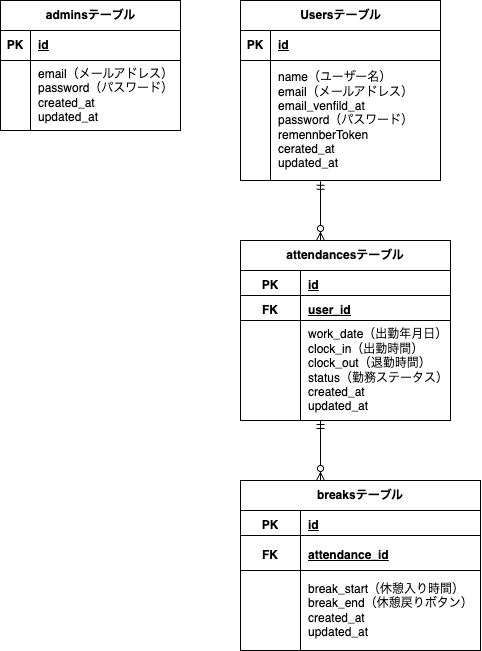
Earlier version of the draw.io export .drawio.png (hide32ma/attendance_management). Source tidied: cells renumbered, new cells last; positions are measured from the earlier drawing's top-left corner, leaving out a move shared by most shapes.
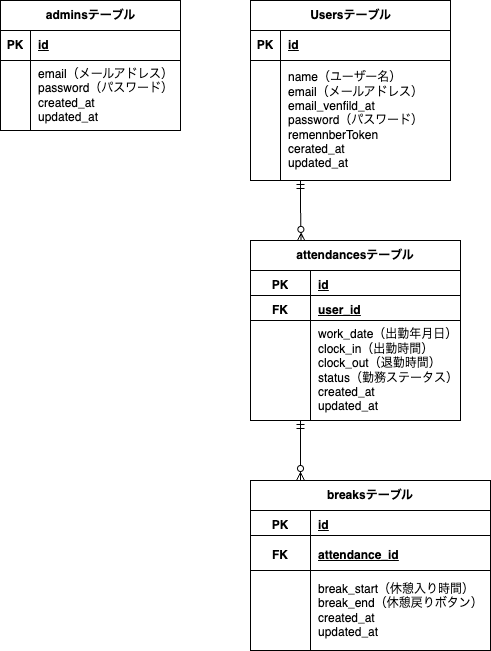
The same file after the commit.

Commit message:
現状のER図を書いてみた

Diff of the diagram source:
```diff
@@ -24,7 +24,7 @@
       <mxGeometry x="30" width="170" height="120" as="geometry" />
     </mxCell>
     <mxCell id="9" value="adminsテーブル" style="shape=table;startSize=30;rowLines=0;fontStyle=1;align=center;html=1;" parent="1" vertex="1">
-      <mxGeometry width="180" height="130" as="geometry" />
+      <mxGeometry x="-10" width="180" height="130" as="geometry" />
     </mxCell>
     <mxCell id="10" style="shape=tableRow;horizontal=0;startSize=0;swimlaneHead=0;swimlaneBody=0;fillColor=none;top=0;left=0;right=0;bottom=1;" parent="9" vertex="1">
       <mxGeometry y="30" width="180" height="30" as="geometry" />
@@ -44,9 +44,12 @@
     <mxCell id="15" value="email（メールアドレス）&lt;div&gt;password（パスワード）&lt;/div&gt;&lt;div&gt;created_at&lt;/div&gt;&lt;div&gt;updated_at&lt;/div&gt;" style="shape=partialRectangle;fillColor=none;top=0;left=0;bottom=0;right=0;align=left;spacingLeft=6;overflow=hidden;whiteSpace=wrap;html=1;" parent="13" vertex="1">
       <mxGeometry x="30" width="150" height="70" as="geometry" />
     </mxCell>
-    <mxCell id="16" style="fontSize=12;html=1;endArrow=ERzeroToMany;startArrow=ERmandOne;exitX=0.4;exitY=1.007;exitDx=0;exitDy=0;exitPerimeter=0;" parent="1" edge="1" source="6">
+    <mxCell id="16" style="fontSize=12;html=1;endArrow=ERzeroToMany;startArrow=ERmandOne;entryX=0.241;entryY=0.005;entryDx=0;entryDy=0;entryPerimeter=0;" parent="1" edge="1" target="17">
       <mxGeometry relative="1" as="geometry">
-        <mxPoint x="320" y="240" as="targetPoint" />
+        <mxPoint x="290" y="180" as="sourcePoint" />
+        <Array as="points">
+          <mxPoint x="290" y="209.6" />
+        </Array>
       </mxGeometry>
     </mxCell>
     <mxCell id="17" value="attendancesテーブル" style="shape=table;startSize=30;rowLines=0;fontStyle=1;align=center;html=1;whiteSpace=wrap;" parent="1" vertex="1">
@@ -84,8 +87,8 @@
     </mxCell>
     <mxCell id="28" style="fontSize=12;html=1;endArrow=ERzeroToMany;startArrow=ERmandOne;" parent="1" edge="1">
       <mxGeometry relative="1" as="geometry">
-        <mxPoint x="320" y="420" as="sourcePoint" />
-        <mxPoint x="320" y="480" as="targetPoint" />
+        <mxPoint x="290" y="420" as="sourcePoint" />
+        <mxPoint x="290" y="480" as="targetPoint" />
       </mxGeometry>
     </mxCell>
     <mxCell id="29" value="breaksテーブル" style="shape=table;startSize=30;rowLines=0;fontStyle=1;align=center;html=1;whiteSpace=wrap;" parent="1" vertex="1">
```
